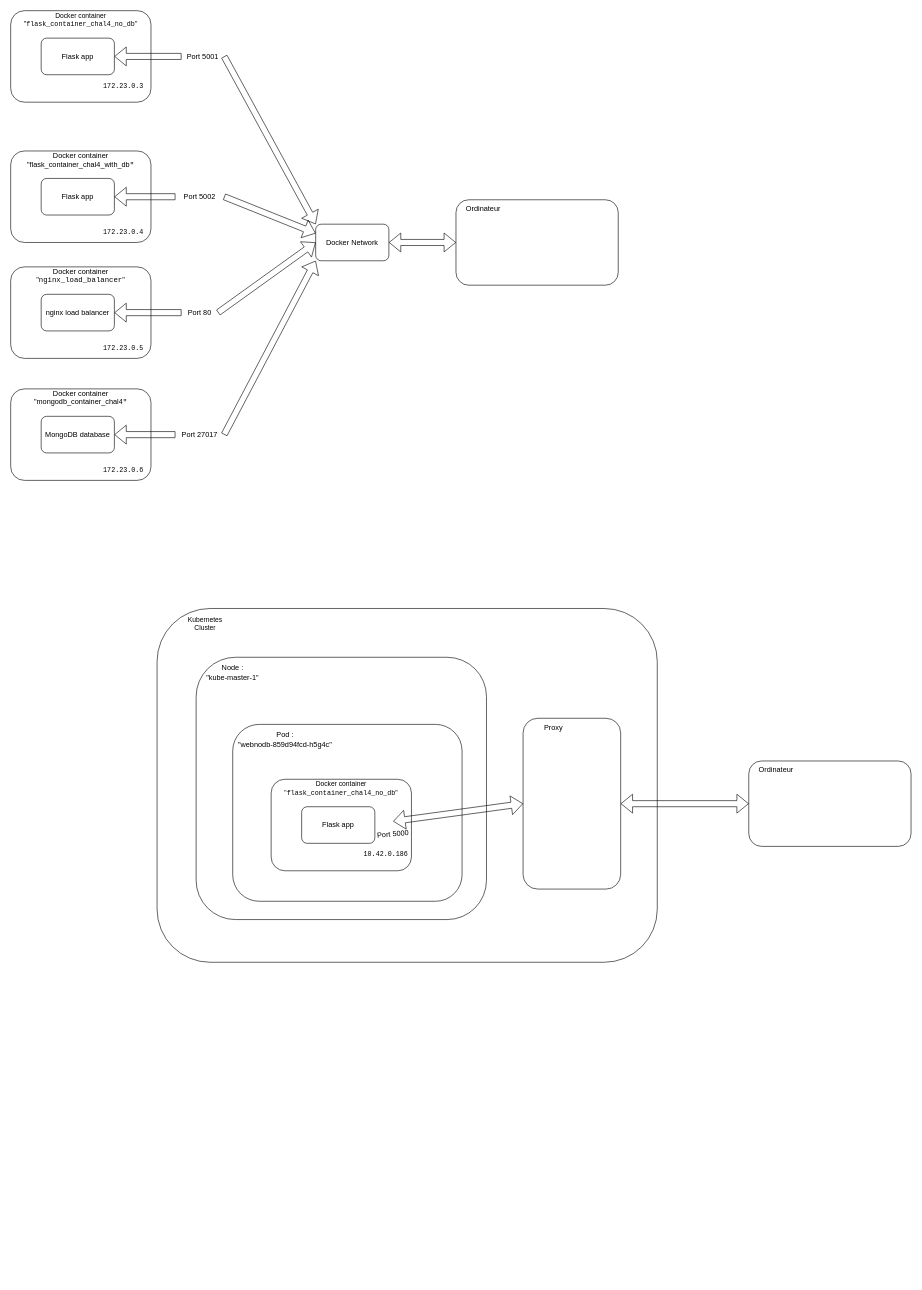
ComplexNetTSP/kubernetes-AArbey keeps this draw.io diagram as diagram_NET.drawio. Above is the earlier version. Source tidied: cells renumbered, new cells numbered last; positions are measured from the earlier drawing's top-left corner, leaving out a move shared by most shapes. Both pictures are drawn from the tidied source at 61%, with x=0, y=0 at pixel (10, 10).
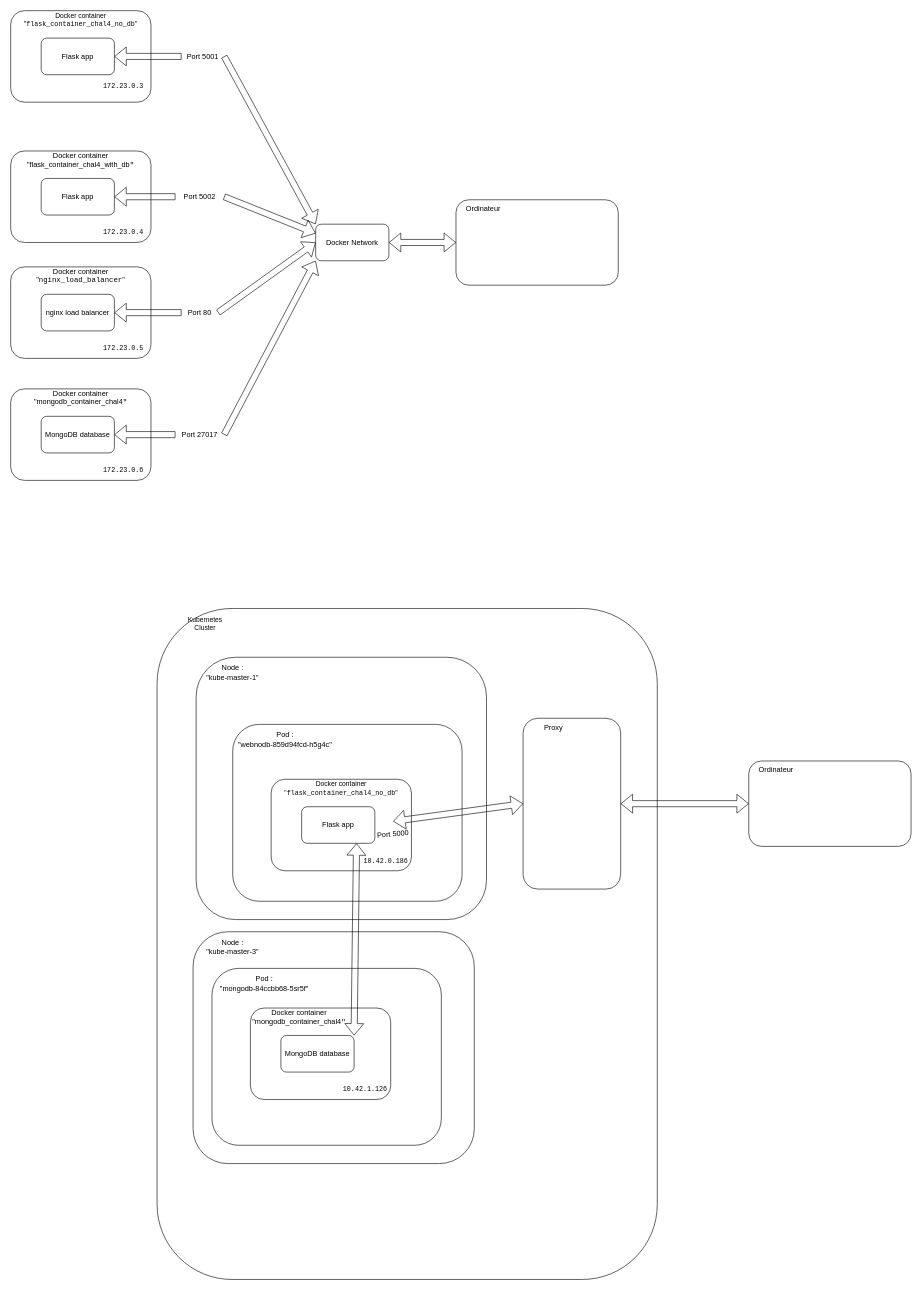
Above is the later version.

Commit message (it also covers changes not shown here):
Finished Chal9

The change refers to these unchanged cells:
```xml
<mxCell id="42" value="Flask app" style="rounded=1;whiteSpace=wrap;html=1;" parent="1" vertex="1">
  <mxGeometry x="477" y="1305" width="120" height="60" as="geometry" />
</mxCell>
```

Diff of the diagram source:
```diff
@@
     <mxCell id="2" style="rounded=1;whiteSpace=wrap;html=1;fontSize=11;" parent="1" vertex="1">
-      <mxGeometry x="240" y="980" width="820" height="580" as="geometry" />
+      <mxGeometry x="240" y="980" width="820" height="1100" as="geometry" />
     </mxCell>
@@
     <mxCell id="43" value="&lt;font face=&quot;monospace&quot;&gt;10.42.0.186&lt;/font&gt;" style="text;whiteSpace=wrap;html=1;fontSize=11;" parent="1" vertex="1">
-      <mxGeometry x="577" y="1370" width="100" height="40" as="geometry" />
+      <mxGeometry x="577" y="1380" width="100" height="40" as="geometry" />
     </mxCell>
@@
+    <mxCell id="51" style="rounded=1;whiteSpace=wrap;html=1;" parent="1" vertex="1">
+      <mxGeometry x="299" y="1510" width="461" height="380" as="geometry" />
+    </mxCell>
+    <mxCell id="52" value="Node :&lt;br&gt;&quot;kube-master-3&quot;" style="text;html=1;strokeColor=none;fillColor=none;align=center;verticalAlign=middle;whiteSpace=wrap;rounded=0;" parent="1" vertex="1">
+      <mxGeometry x="309" y="1520" width="110" height="30" as="geometry" />
+    </mxCell>
+    <mxCell id="53" style="rounded=1;whiteSpace=wrap;html=1;" parent="1" vertex="1">
+      <mxGeometry x="330" y="1570" width="376" height="290" as="geometry" />
+    </mxCell>
+    <mxCell id="54" value="Pod :&lt;br&gt;&quot;&lt;span style=&quot;&quot;&gt;mongodb-84ccbb68-5sr5f&lt;/span&gt;&quot;" style="text;html=1;strokeColor=none;fillColor=none;align=center;verticalAlign=middle;whiteSpace=wrap;rounded=0;" parent="1" vertex="1">
+      <mxGeometry x="336" y="1580" width="160" height="30" as="geometry" />
+    </mxCell>
+    <mxCell id="55" style="rounded=1;whiteSpace=wrap;html=1;" parent="1" vertex="1">
+      <mxGeometry x="393" y="1635" width="230" height="150" as="geometry" />
+    </mxCell>
+    <mxCell id="56" value="MongoDB database" style="rounded=1;whiteSpace=wrap;html=1;" parent="1" vertex="1">
+      <mxGeometry x="443" y="1680" width="120" height="60" as="geometry" />
+    </mxCell>
+    <mxCell id="57" value="Docker container &quot;mongodb_container_chal4&lt;span style=&quot;font-family:monospace&quot;&gt;&lt;span style=&quot;background-color: rgb(255, 255, 255);&quot;&gt;&quot;&lt;/span&gt;&lt;br&gt;&lt;/span&gt;" style="text;html=1;strokeColor=none;fillColor=none;align=center;verticalAlign=middle;whiteSpace=wrap;rounded=0;" parent="1" vertex="1">
+      <mxGeometry x="393" y="1635" width="160" height="30" as="geometry" />
+    </mxCell>
+    <mxCell id="58" value="&lt;font face=&quot;monospace&quot;&gt;10.42.1.126&lt;/font&gt;" style="text;whiteSpace=wrap;html=1;fontSize=11;" parent="1" vertex="1">
+      <mxGeometry x="543" y="1755" width="100" height="40" as="geometry" />
+    </mxCell>
+    <mxCell id="59" style="shape=flexArrow;endArrow=classic;startArrow=classic;html=1;rounded=0;exitX=1;exitY=0;exitDx=0;exitDy=0;entryX=0.75;entryY=1;entryDx=0;entryDy=0;" parent="1" edge="1" source="56" target="42">
+      <mxGeometry relative="1" as="geometry" />
+    </mxCell>
```
